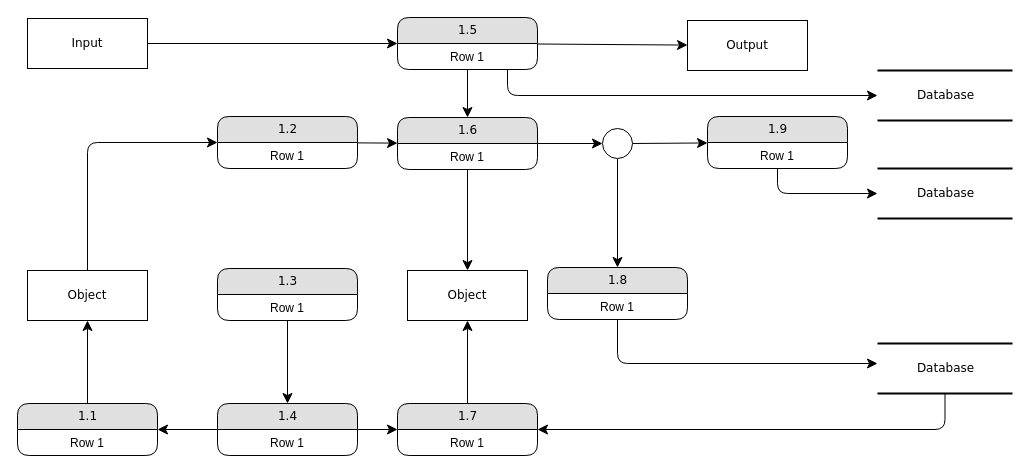
The draw.io diagram Untitled Diagram.drawio in gabrieloliverlima/pipeline-cicd, before the edit. Source tidied: cells renumbered, new cells numbered last; positions are measured from the earlier drawing's top-left corner, leaving out a move shared by most shapes. Both pictures are drawn from the tidied source at 100%, with x=0, y=0 at pixel (17, 17).
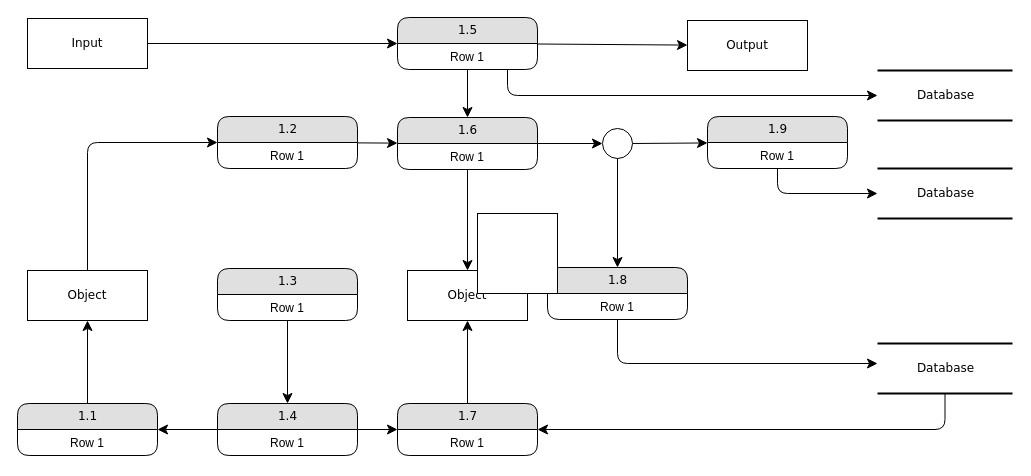
The same page after the edit.

What changed in the source:
```diff
@@
+    <mxCell id="46" style="whiteSpace=wrap;html=1;" parent="1" vertex="1">
+      <mxGeometry x="460" y="196" width="80" height="80" as="geometry" />
+    </mxCell>
```
